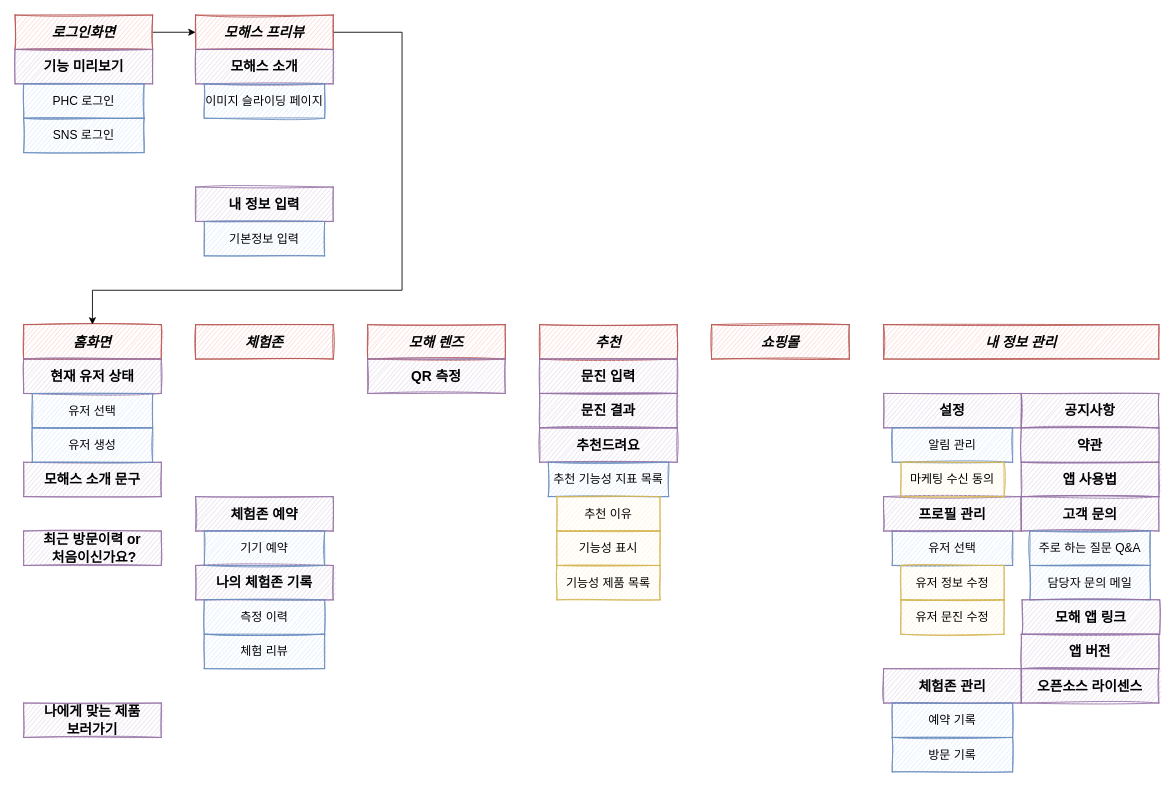
Before: page "V1 메뉴구조도 (필수)" (3 of 8) of 제목 없는 다이어그램.drawio in wonju5332/TIL, a draw.io diagram. Source tidied: cells renumbered, new cells numbered last; positions are measured from the earlier drawing's top-left corner, leaving out a move shared by most shapes. Both pictures are drawn from the tidied source at 86%, with x=0, y=0 at pixel (15, 15).
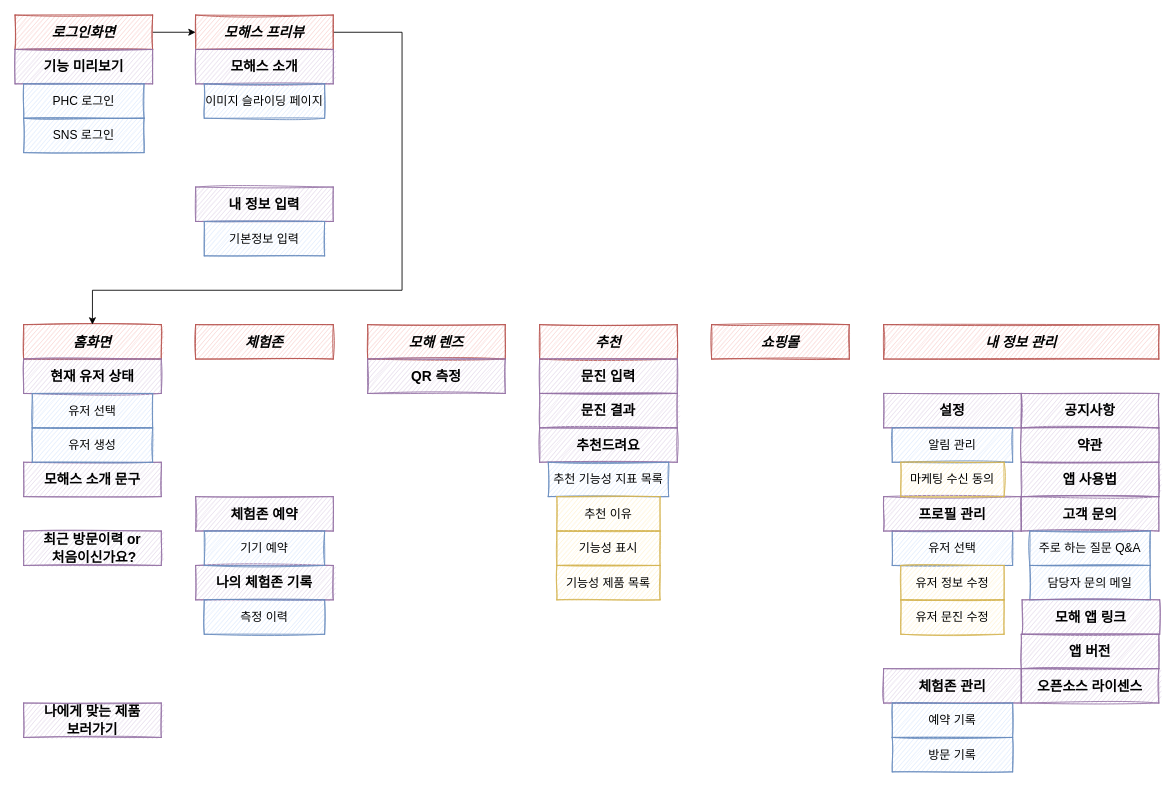
After the change.

Diff of the diagram source:
```diff
@@
-    <mxCell id="45" value="체험 리뷰" style="whiteSpace=wrap;html=1;rounded=0;sketch=1;glass=0;fillColor=#dae8fc;strokeColor=#6c8ebf;fontSize=14;fontStyle=0;" parent="1" vertex="1">
-      <mxGeometry x="220" y="720" width="140" height="40" as="geometry" />
-    </mxCell>
```
